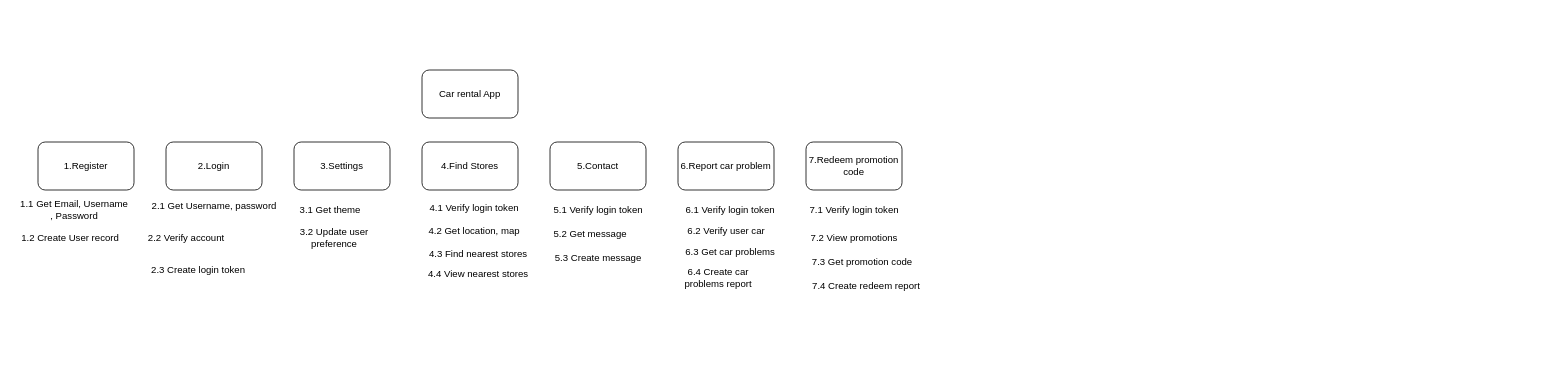
Before: functionaldecomposition.drawio in ICT-Mahidol/2019-ITCS371-2-ORgates, a draw.io diagram. Source tidied: cells renumbered, new cells numbered last; positions are measured from the earlier drawing's top-left corner, leaving out a move shared by most shapes. Both pictures are drawn from the tidied source at 80%, with x=0, y=0 at pixel (14, 70).
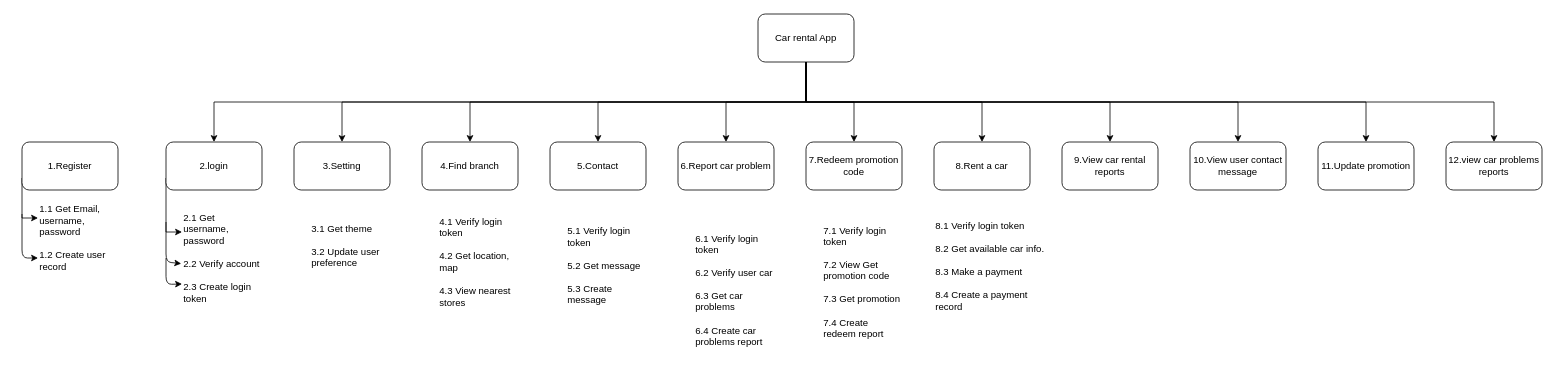
After the change.

Unchanged cells that the change refers to:
```xml
<mxCell id="7" value="5.Contact" style="rounded=1;whiteSpace=wrap;html=1;" parent="1" vertex="1">
  <mxGeometry x="670" y="90" width="120" height="60" as="geometry" />
</mxCell>
<mxCell id="8" value="6.Report car problem" style="rounded=1;whiteSpace=wrap;html=1;" parent="1" vertex="1">
  <mxGeometry x="830" y="90" width="120" height="60" as="geometry" />
</mxCell>
<mxCell id="9" value="7.Redeem promotion code" style="rounded=1;whiteSpace=wrap;html=1;" parent="1" vertex="1">
  <mxGeometry x="990" y="90" width="120" height="60" as="geometry" />
</mxCell>
```

Diff of the diagram source:
```diff
@@
+    <mxCell id="32" style="edgeStyle=orthogonalEdgeStyle;rounded=0;jettySize=auto;html=1;exitX=0.5;exitY=1;exitDx=0;exitDy=0;" parent="1" edge="1" source="2" target="48">
+      <mxGeometry relative="1" as="geometry" />
+    </mxCell>
+    <mxCell id="33" style="edgeStyle=orthogonalEdgeStyle;rounded=0;jettySize=auto;html=1;exitX=0.5;exitY=1;exitDx=0;exitDy=0;entryX=0.5;entryY=0;entryDx=0;entryDy=0;" parent="1" edge="1" source="2" target="9">
+      <mxGeometry relative="1" as="geometry" />
+    </mxCell>
+    <mxCell id="34" style="edgeStyle=orthogonalEdgeStyle;rounded=0;jettySize=auto;html=1;exitX=0.5;exitY=1;exitDx=0;exitDy=0;entryX=0.5;entryY=0;entryDx=0;entryDy=0;" parent="1" edge="1" source="2" target="8">
+      <mxGeometry relative="1" as="geometry" />
+    </mxCell>
+    <mxCell id="35" style="edgeStyle=orthogonalEdgeStyle;rounded=0;jettySize=auto;html=1;exitX=0.5;exitY=1;exitDx=0;exitDy=0;" parent="1" edge="1" source="2" target="7">
+      <mxGeometry relative="1" as="geometry" />
+    </mxCell>
+    <mxCell id="36" style="edgeStyle=orthogonalEdgeStyle;rounded=0;jettySize=auto;html=1;exitX=0.5;exitY=1;exitDx=0;exitDy=0;" parent="1" edge="1" source="2" target="49">
+      <mxGeometry relative="1" as="geometry" />
+    </mxCell>
+    <mxCell id="37" style="edgeStyle=orthogonalEdgeStyle;rounded=0;jettySize=auto;html=1;exitX=0.5;exitY=1;exitDx=0;exitDy=0;" parent="1" edge="1" source="2" target="47">
+      <mxGeometry relative="1" as="geometry" />
+    </mxCell>
+    <mxCell id="38" style="edgeStyle=orthogonalEdgeStyle;rounded=0;jettySize=auto;html=1;exitX=0.5;exitY=1;exitDx=0;exitDy=0;" parent="1" edge="1" source="2" target="46">
+      <mxGeometry relative="1" as="geometry" />
+    </mxCell>
+    <mxCell id="39" style="edgeStyle=orthogonalEdgeStyle;rounded=0;jettySize=auto;html=1;exitX=0.5;exitY=1;exitDx=0;exitDy=0;" parent="1" edge="1" source="2" target="45">
+      <mxGeometry relative="1" as="geometry" />
+    </mxCell>
+    <mxCell id="40" style="edgeStyle=orthogonalEdgeStyle;rounded=0;jettySize=auto;html=1;exitX=0.5;exitY=1;exitDx=0;exitDy=0;" parent="1" edge="1" source="2" target="50">
+      <mxGeometry relative="1" as="geometry" />
+    </mxCell>
+    <mxCell id="41" style="edgeStyle=orthogonalEdgeStyle;rounded=0;jettySize=auto;html=1;exitX=0.5;exitY=1;exitDx=0;exitDy=0;" parent="1" edge="1" source="2" target="51">
+      <mxGeometry relative="1" as="geometry" />
+    </mxCell>
+    <mxCell id="42" style="edgeStyle=orthogonalEdgeStyle;rounded=0;jettySize=auto;html=1;exitX=0.5;exitY=1;exitDx=0;exitDy=0;" parent="1" edge="1" source="2" target="52">
+      <mxGeometry relative="1" as="geometry" />
+    </mxCell>
     <mxCell id="2" value="Car rental App" style="rounded=1;whiteSpace=wrap;html=1;" parent="1" vertex="1">
-      <mxGeometry x="510" width="120" height="60" as="geometry" />
+      <mxGeometry x="930" y="-70" width="120" height="60" as="geometry" />
     </mxCell>
-    <mxCell id="3" value="2.Login" style="rounded=1;whiteSpace=wrap;html=1;" parent="1" vertex="1">
-      <mxGeometry x="190" y="90" width="120" height="60" as="geometry" />
-    </mxCell>
+    <mxCell id="43" style="edgeStyle=orthogonalEdgeStyle;rounded=0;jettySize=auto;html=1;exitX=0;exitY=0.75;exitDx=0;exitDy=0;entryX=0;entryY=0.25;entryDx=0;entryDy=0;" parent="1" edge="1" source="4" target="53">
+      <mxGeometry relative="1" as="geometry">
+        <Array as="points">
+          <mxPoint x="10" y="185" />
+        </Array>
+      </mxGeometry>
+    </mxCell>
     <mxCell id="4" value="1.Register" style="rounded=1;whiteSpace=wrap;html=1;" parent="1" vertex="1">
-      <mxGeometry x="30" y="90" width="120" height="60" as="geometry" />
+      <mxGeometry x="10" y="90" width="120" height="60" as="geometry" />
     </mxCell>
-    <mxCell id="5" value="3.Settings" style="rounded=1;whiteSpace=wrap;html=1;" parent="1" vertex="1">
-      <mxGeometry x="350" y="90" width="120" height="60" as="geometry" />
-    </mxCell>
-    <mxCell id="6" value="4.Find Stores" style="rounded=1;whiteSpace=wrap;html=1;" parent="1" vertex="1">
-      <mxGeometry x="510" y="90" width="120" height="60" as="geometry" />
-    </mxCell>
+    <mxCell id="44" style="edgeStyle=orthogonalEdgeStyle;rounded=0;jettySize=auto;html=1;exitX=0;exitY=0.75;exitDx=0;exitDy=0;entryX=0;entryY=0.25;entryDx=0;entryDy=0;" parent="1" edge="1" source="45" target="54">
+      <mxGeometry relative="1" as="geometry">
+        <Array as="points">
+          <mxPoint x="190" y="203" />
+        </Array>
+      </mxGeometry>
+    </mxCell>
+    <mxCell id="45" value="2.login" style="rounded=1;whiteSpace=wrap;html=1;" parent="1" vertex="1">
+      <mxGeometry x="190" y="90" width="120" height="60" as="geometry" />
+    </mxCell>
+    <mxCell id="46" value="3.Setting" style="rounded=1;whiteSpace=wrap;html=1;" parent="1" vertex="1">
+      <mxGeometry x="350" y="90" width="120" height="60" as="geometry" />
+    </mxCell>
+    <mxCell id="47" value="4.Find branch" style="rounded=1;whiteSpace=wrap;html=1;" parent="1" vertex="1">
+      <mxGeometry x="510" y="90" width="120" height="60" as="geometry" />
+    </mxCell>
@@
-    <mxCell id="10" value="&lt;div&gt;1.1 Get Email, Username&lt;/div&gt;&lt;div&gt;, Password&lt;/div&gt;" style="text;html=1;align=center;verticalAlign=middle;" parent="1" vertex="1">
-      <mxGeometry y="160" width="150" height="30" as="geometry" />
-    </mxCell>
-    <mxCell id="11" value="1.2 Create User record" style="text;html=1;align=center;verticalAlign=middle;" parent="1" vertex="1">
-      <mxGeometry y="200" width="140" height="20" as="geometry" />
-    </mxCell>
-    <mxCell id="12" value="2.1 Get Username, password" style="text;html=1;align=center;verticalAlign=middle;" parent="1" vertex="1">
-      <mxGeometry x="160" y="160" width="180" height="20" as="geometry" />
-    </mxCell>
-    <mxCell id="13" value="2.2 Verify account" style="text;html=1;align=center;verticalAlign=middle;" parent="1" vertex="1">
-      <mxGeometry x="160" y="200" width="110" height="20" as="geometry" />
-    </mxCell>
-    <mxCell id="14" value="2.3 Create login token" style="text;html=1;align=center;verticalAlign=middle;" parent="1" vertex="1">
-      <mxGeometry x="160" y="240" width="140" height="20" as="geometry" />
-    </mxCell>
-    <mxCell id="15" value="3.1 Get theme" style="text;html=1;align=center;verticalAlign=middle;" parent="1" vertex="1">
-      <mxGeometry x="350" y="165" width="90" height="20" as="geometry" />
-    </mxCell>
-    <mxCell id="16" value="&lt;div&gt;3.2 Update user &lt;br&gt;&lt;/div&gt;&lt;div&gt;preference&lt;/div&gt;" style="text;html=1;align=center;verticalAlign=middle;" parent="1" vertex="1">
-      <mxGeometry x="350" y="195" width="100" height="30" as="geometry" />
-    </mxCell>
-    <mxCell id="17" value="4.1 Verify login token" style="text;html=1;align=center;verticalAlign=middle;" parent="1" vertex="1">
-      <mxGeometry x="510" y="162.5" width="130" height="20" as="geometry" />
-    </mxCell>
-    <mxCell id="18" value="4.2 Get location, map" style="text;html=1;align=center;verticalAlign=middle;" parent="1" vertex="1">
-      <mxGeometry x="510" y="191.5" width="130" height="20" as="geometry" />
-    </mxCell>
-    <mxCell id="19" value="4.3 Find nearest stores" style="text;html=1;align=center;verticalAlign=middle;" parent="1" vertex="1">
-      <mxGeometry x="510" y="220" width="140" height="20" as="geometry" />
-    </mxCell>
-    <mxCell id="20" value="4.4 View nearest stores" style="text;html=1;align=center;verticalAlign=middle;" parent="1" vertex="1">
-      <mxGeometry x="510" y="245" width="140" height="20" as="geometry" />
-    </mxCell>
-    <mxCell id="21" value="5.1 Verify login token" style="text;html=1;align=center;verticalAlign=middle;" parent="1" vertex="1">
-      <mxGeometry x="665" y="165" width="130" height="20" as="geometry" />
-    </mxCell>
-    <mxCell id="22" value="5.2 Get message" style="text;html=1;align=center;verticalAlign=middle;" parent="1" vertex="1">
-      <mxGeometry x="665" y="195" width="110" height="20" as="geometry" />
-    </mxCell>
-    <mxCell id="23" value="5.3 Create message" style="text;html=1;align=center;verticalAlign=middle;" parent="1" vertex="1">
-      <mxGeometry x="665" y="225" width="130" height="20" as="geometry" />
-    </mxCell>
-    <mxCell id="24" value="6.1 Verify login token" style="text;html=1;align=center;verticalAlign=middle;" parent="1" vertex="1">
-      <mxGeometry x="830" y="165" width="130" height="20" as="geometry" />
-    </mxCell>
-    <mxCell id="25" value="6.2 Verify user car" style="text;html=1;align=center;verticalAlign=middle;" parent="1" vertex="1">
-      <mxGeometry x="835" y="191.5" width="110" height="20" as="geometry" />
-    </mxCell>
-    <mxCell id="26" value="6.3 Get car problems" style="text;html=1;align=center;verticalAlign=middle;" parent="1" vertex="1">
-      <mxGeometry x="830" y="218" width="130" height="20" as="geometry" />
-    </mxCell>
-    <mxCell id="27" value="&lt;div&gt;6.4 Create car &lt;br&gt;&lt;/div&gt;&lt;div&gt;problems report&lt;/div&gt;" style="text;html=1;align=center;verticalAlign=middle;" parent="1" vertex="1">
-      <mxGeometry x="830" y="244.5" width="100" height="30" as="geometry" />
-    </mxCell>
-    <mxCell id="28" value="7.1 Verify login token" style="text;html=1;align=center;verticalAlign=middle;" parent="1" vertex="1">
-      <mxGeometry x="985" y="165" width="130" height="20" as="geometry" />
-    </mxCell>
-    <mxCell id="29" value="7.2 View promotions" style="text;html=1;align=center;verticalAlign=middle;" parent="1" vertex="1">
-      <mxGeometry x="985" y="200" width="130" height="20" as="geometry" />
-    </mxCell>
-    <mxCell id="30" value="7.3 Get promotion code" style="text;html=1;align=center;verticalAlign=middle;" parent="1" vertex="1">
-      <mxGeometry x="990" y="230" width="140" height="20" as="geometry" />
-    </mxCell>
-    <mxCell id="31" value="7.4 Create redeem report" style="text;html=1;align=center;verticalAlign=middle;" parent="1" vertex="1">
-      <mxGeometry x="990" y="260" width="150" height="20" as="geometry" />
-    </mxCell>
+    <mxCell id="48" value="8.Rent a car" style="rounded=1;whiteSpace=wrap;html=1;" parent="1" vertex="1">
+      <mxGeometry x="1150" y="90" width="120" height="60" as="geometry" />
+    </mxCell>
+    <mxCell id="49" value="9.View car rental reports" style="rounded=1;whiteSpace=wrap;html=1;" parent="1" vertex="1">
+      <mxGeometry x="1310" y="90" width="120" height="60" as="geometry" />
+    </mxCell>
+    <mxCell id="50" value="10.View user contact message" style="rounded=1;whiteSpace=wrap;html=1;" parent="1" vertex="1">
+      <mxGeometry x="1470" y="90" width="120" height="60" as="geometry" />
+    </mxCell>
+    <mxCell id="51" value="11.Update promotion" style="rounded=1;whiteSpace=wrap;html=1;" parent="1" vertex="1">
+      <mxGeometry x="1630" y="90" width="120" height="60" as="geometry" />
+    </mxCell>
+    <mxCell id="52" value="12.view car problems reports" style="rounded=1;whiteSpace=wrap;html=1;" parent="1" vertex="1">
+      <mxGeometry x="1790" y="90" width="120" height="60" as="geometry" />
+    </mxCell>
+    <mxCell id="53" value="&lt;div&gt;1.1 Get Email, username, password&lt;/div&gt;&lt;div&gt;&lt;br&gt;&lt;/div&gt;&lt;div&gt;1.2 Create user record&lt;/div&gt;" style="text;strokeColor=none;fillColor=none;html=1;whiteSpace=wrap;verticalAlign=middle;overflow=hidden;" parent="1" vertex="1">
+      <mxGeometry x="30" y="160" width="110" height="100" as="geometry" />
+    </mxCell>
+    <mxCell id="54" value="&lt;div&gt;2.1 Get username, password&lt;/div&gt;&lt;div&gt;&lt;br&gt;&lt;/div&gt;&lt;div&gt;2.2 Verify accoun&lt;span&gt;t&lt;/span&gt;&lt;/div&gt;&lt;div&gt;&lt;span&gt;&lt;br&gt;&lt;/span&gt;&lt;/div&gt;&lt;div&gt;2.3 Create login token&lt;/div&gt;" style="text;strokeColor=none;fillColor=none;html=1;whiteSpace=wrap;verticalAlign=middle;overflow=hidden;" parent="1" vertex="1">
+      <mxGeometry x="210" y="170" width="100" height="130" as="geometry" />
+    </mxCell>
+    <mxCell id="55" value="3.1 Get theme&lt;br&gt;&lt;br&gt;3.2 Update user preference" style="text;strokeColor=none;fillColor=none;html=1;whiteSpace=wrap;verticalAlign=middle;overflow=hidden;" parent="1" vertex="1">
+      <mxGeometry x="370" y="180" width="100" height="80" as="geometry" />
+    </mxCell>
+    <mxCell id="56" value="4.1 Verify login token&lt;br&gt;&lt;br&gt;4.2 Get location, map&lt;br&gt;&lt;br&gt;4.3 View nearest stores" style="text;strokeColor=none;fillColor=none;html=1;whiteSpace=wrap;verticalAlign=middle;overflow=hidden;" parent="1" vertex="1">
+      <mxGeometry x="530" y="180" width="100" height="120" as="geometry" />
+    </mxCell>
+    <mxCell id="57" value="5.1 Verify login token&lt;br&gt;&lt;br&gt;5.2 Get message&lt;br&gt;&lt;br&gt;5.3 Create message" style="text;strokeColor=none;fillColor=none;html=1;whiteSpace=wrap;verticalAlign=middle;overflow=hidden;" parent="1" vertex="1">
+      <mxGeometry x="690" y="190" width="100" height="110" as="geometry" />
+    </mxCell>
+    <mxCell id="58" value="&lt;div&gt;6.1 Verify login token&lt;/div&gt;&lt;div&gt;&lt;br&gt;&lt;/div&gt;&lt;div&gt;6.2 Verify user car&lt;/div&gt;&lt;div&gt;&lt;br&gt;&lt;/div&gt;&lt;div&gt;6.3 Get car problems&lt;/div&gt;&lt;div&gt;&lt;br&gt;&lt;/div&gt;&lt;div&gt;6.4 Create car problems report&lt;/div&gt;" style="text;strokeColor=none;fillColor=none;html=1;whiteSpace=wrap;verticalAlign=middle;overflow=hidden;" parent="1" vertex="1">
+      <mxGeometry x="850" y="190" width="100" height="170" as="geometry" />
+    </mxCell>
+    <mxCell id="59" value="&lt;div&gt;7.1 Verify login token&lt;/div&gt;&lt;div&gt;&lt;br&gt;&lt;/div&gt;&lt;div&gt;7.2 View Get promotion code&amp;nbsp;&lt;/div&gt;&lt;div&gt;&lt;br&gt;&lt;/div&gt;&lt;div&gt;7.3 Get promotion&lt;/div&gt;&lt;div&gt;&lt;br&gt;&lt;/div&gt;&lt;div&gt;7.4 Create redeem report&lt;/div&gt;" style="text;strokeColor=none;fillColor=none;html=1;whiteSpace=wrap;verticalAlign=middle;overflow=hidden;" parent="1" vertex="1">
+      <mxGeometry x="1010" y="190" width="100" height="150" as="geometry" />
+    </mxCell>
+    <mxCell id="60" value="8.1 Verify login token&lt;br&gt;&lt;br&gt;8.2 Get available car info.&lt;br&gt;&lt;br&gt;8.3 Make a payment&lt;br&gt;&lt;br&gt;8.4 Create a payment record" style="text;html=1;strokeColor=none;fillColor=none;align=left;verticalAlign=middle;whiteSpace=wrap;rounded=0;" parent="1" vertex="1">
+      <mxGeometry x="1150" y="190" width="140" height="110" as="geometry" />
+    </mxCell>
+    <mxCell id="61" style="endArrow=classic;html=1;" parent="1" edge="1">
+      <mxGeometry relative="1" as="geometry">
+        <mxPoint x="10" y="180" as="sourcePoint" />
+        <mxPoint x="30" y="235" as="targetPoint" />
+        <Array as="points">
+          <mxPoint x="10" y="235" />
+        </Array>
+      </mxGeometry>
+    </mxCell>
+    <mxCell id="62" style="endArrow=classic;html=1;entryX=-0.01;entryY=0.554;entryDx=0;entryDy=0;entryPerimeter=0;" parent="1" edge="1" target="54">
+      <mxGeometry relative="1" as="geometry">
+        <mxPoint x="190" y="190" as="sourcePoint" />
+        <Array as="points">
+          <mxPoint x="190" y="240" />
+        </Array>
+      </mxGeometry>
+    </mxCell>
+    <mxCell id="63" style="endArrow=classic;html=1;entryX=0;entryY=0.75;entryDx=0;entryDy=0;" parent="1" edge="1" target="54">
+      <mxGeometry relative="1" as="geometry">
+        <mxPoint x="190" y="235" as="sourcePoint" />
+        <Array as="points">
+          <mxPoint x="190" y="268" />
+        </Array>
+      </mxGeometry>
+    </mxCell>
```
